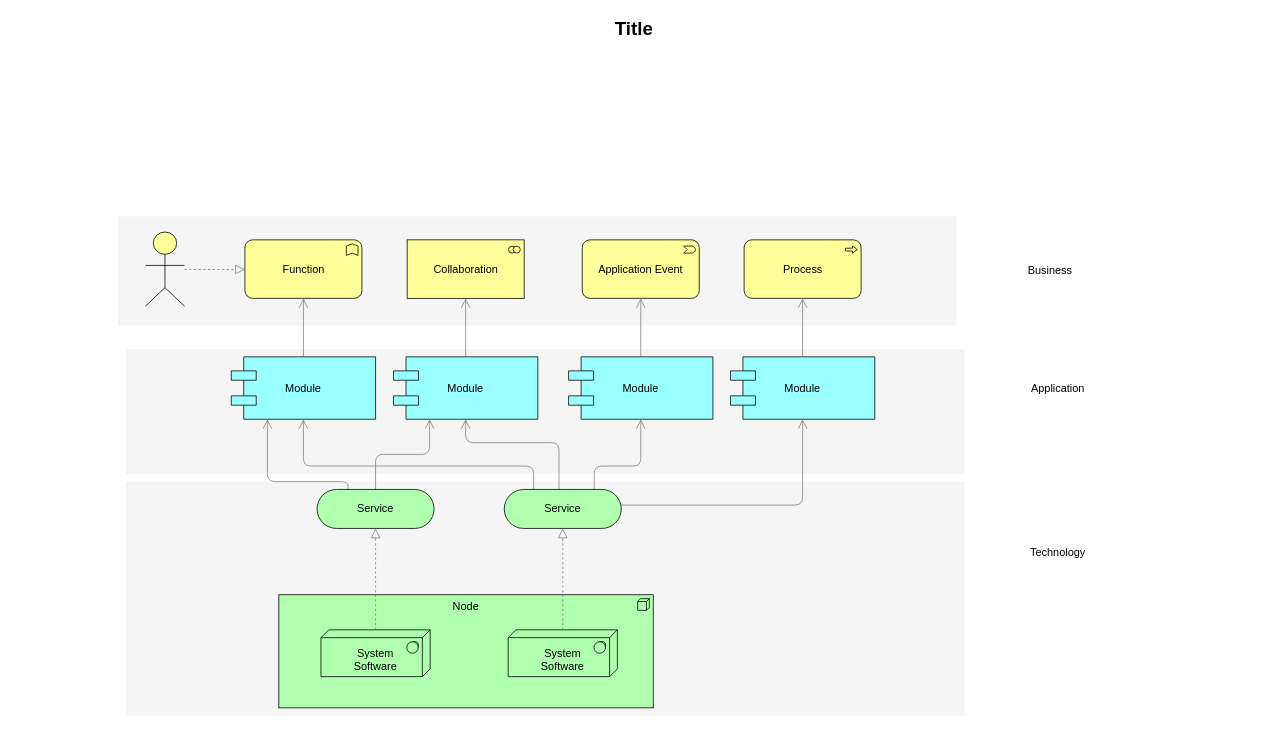
Above: pharmaid能力复用.drawio in leestar991/architects (draw.io), before the change. Source tidied: cells renumbered, new cells numbered last; positions are measured from the earlier drawing's top-left corner, leaving out a move shared by most shapes. Both pictures are drawn from the tidied source at 78%, with x=0, y=0 at pixel (13, 13).
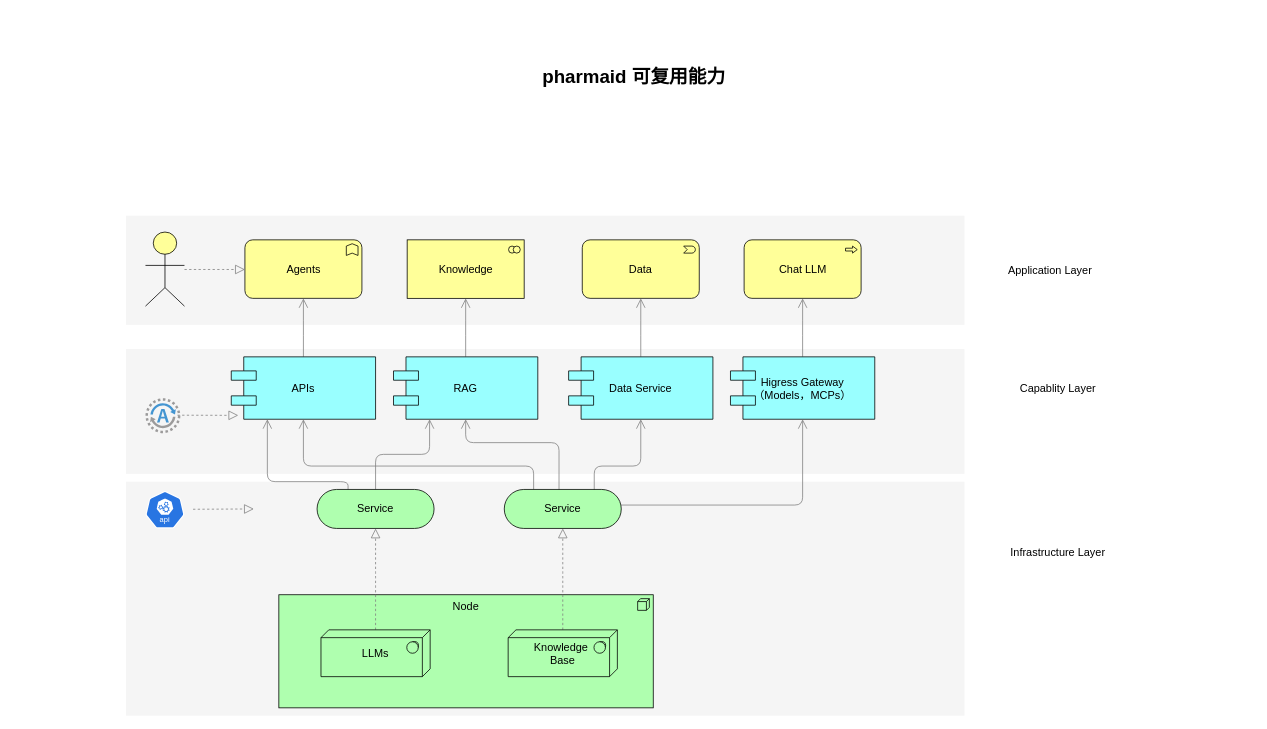
The same page after the edit.

Commit message:
更新pharmaid能力复用.drawio

Change to the diagram source:
```diff
@@
     <mxCell id="4" style="whiteSpace=wrap;html=1;strokeColor=none;strokeWidth=1;fillColor=#f5f5f5;fontSize=14;" parent="1" vertex="1">
-      <mxGeometry x="134" y="260" width="1075" height="140" as="geometry" />
+      <mxGeometry x="144" y="259" width="1075" height="140" as="geometry" />
     </mxCell>
@@
-    <mxCell id="7" value="&lt;div&gt;&lt;br&gt;&lt;/div&gt;System&lt;div&gt;Software&lt;/div&gt;" style="html=1;whiteSpace=wrap;fillColor=#AFFFAF;shape=mxgraph.archimate3.tech;techType=sysSw;fontSize=14;" parent="1" vertex="1">
+    <mxCell id="7" value="LLMs" style="html=1;whiteSpace=wrap;fillColor=#AFFFAF;shape=mxgraph.archimate3.tech;techType=sysSw;fontSize=14;" parent="1" vertex="1">
       <mxGeometry x="394" y="790" width="140" height="60" as="geometry" />
     </mxCell>
@@
-    <mxCell id="9" value="&lt;div&gt;&lt;br&gt;&lt;/div&gt;&lt;div&gt;&lt;span&gt;System&lt;/span&gt;&lt;div&gt;Software&lt;/div&gt;&lt;/div&gt;" style="html=1;whiteSpace=wrap;fillColor=#AFFFAF;shape=mxgraph.archimate3.tech;techType=sysSw;fontSize=14;" parent="1" vertex="1">
+    <mxCell id="9" value="&lt;div&gt;Knowledge&amp;nbsp;&lt;br&gt;Base&lt;/div&gt;" style="html=1;whiteSpace=wrap;fillColor=#AFFFAF;shape=mxgraph.archimate3.tech;techType=sysSw;fontSize=14;" parent="1" vertex="1">
       <mxGeometry x="634" y="790" width="140" height="60" as="geometry" />
     </mxCell>
@@
-    <mxCell id="19" value="Module" style="shape=component;align=center;fillColor=#99ffff;gradientColor=none;fontSize=14;" parent="1" vertex="1">
+    <mxCell id="19" value="APIs" style="shape=component;align=center;fillColor=#99ffff;gradientColor=none;fontSize=14;" parent="1" vertex="1">
       <mxGeometry x="279" y="440" width="185" height="80" as="geometry" />
     </mxCell>
@@
-    <mxCell id="21" value="Module" style="shape=component;align=center;fillColor=#99ffff;gradientColor=none;fontSize=14;" parent="1" vertex="1">
+    <mxCell id="21" value="RAG" style="shape=component;align=center;fillColor=#99ffff;gradientColor=none;fontSize=14;" parent="1" vertex="1">
       <mxGeometry x="487" y="440" width="185" height="80" as="geometry" />
     </mxCell>
@@
-    <mxCell id="23" value="Module" style="shape=component;align=center;fillColor=#99ffff;gradientColor=none;fontSize=14;" parent="1" vertex="1">
+    <mxCell id="23" value="Data Service" style="shape=component;align=center;fillColor=#99ffff;gradientColor=none;fontSize=14;" parent="1" vertex="1">
       <mxGeometry x="711.5" y="440" width="185" height="80" as="geometry" />
     </mxCell>
@@
-    <mxCell id="25" value="Module" style="shape=component;align=center;fillColor=#99ffff;gradientColor=none;fontSize=14;" parent="1" vertex="1">
+    <mxCell id="25" value="Higress Gateway&#10;（Models，MCPs）" style="shape=component;align=center;fillColor=#99ffff;gradientColor=none;fontSize=14;" parent="1" vertex="1">
       <mxGeometry x="919" y="440" width="185" height="80" as="geometry" />
     </mxCell>
-    <mxCell id="26" value="Function" style="html=1;whiteSpace=wrap;fillColor=#ffff99;shape=mxgraph.archimate3.application;appType=func;archiType=rounded;fontSize=14;" parent="1" vertex="1">
+    <mxCell id="26" value="Agents" style="html=1;whiteSpace=wrap;fillColor=#ffff99;shape=mxgraph.archimate3.application;appType=func;archiType=rounded;fontSize=14;" parent="1" vertex="1">
       <mxGeometry x="296.5" y="290" width="150" height="75" as="geometry" />
     </mxCell>
-    <mxCell id="27" value="Collaboration" style="html=1;whiteSpace=wrap;fillColor=#ffff99;shape=mxgraph.archimate3.application;appType=collab;archiType=square;fontSize=14;" parent="1" vertex="1">
+    <mxCell id="27" value="Knowledge" style="html=1;whiteSpace=wrap;fillColor=#ffff99;shape=mxgraph.archimate3.application;appType=collab;archiType=square;fontSize=14;" parent="1" vertex="1">
       <mxGeometry x="504.5" y="290" width="150" height="75" as="geometry" />
     </mxCell>
-    <mxCell id="28" value="Application Event" style="html=1;whiteSpace=wrap;fillColor=#ffff99;shape=mxgraph.archimate3.application;appType=event;archiType=rounded;fontSize=14;" parent="1" vertex="1">
+    <mxCell id="28" value="Data" style="html=1;whiteSpace=wrap;fillColor=#ffff99;shape=mxgraph.archimate3.application;appType=event;archiType=rounded;fontSize=14;" parent="1" vertex="1">
       <mxGeometry x="729" y="290" width="150" height="75" as="geometry" />
     </mxCell>
-    <mxCell id="29" value="Process" style="html=1;whiteSpace=wrap;fillColor=#ffff99;shape=mxgraph.archimate3.application;appType=proc;archiType=rounded;fontSize=14;" parent="1" vertex="1">
+    <mxCell id="29" value="Chat LLM" style="html=1;whiteSpace=wrap;fillColor=#ffff99;shape=mxgraph.archimate3.application;appType=proc;archiType=rounded;fontSize=14;" parent="1" vertex="1">
       <mxGeometry x="936.5" y="290" width="150" height="75" as="geometry" />
     </mxCell>
-    <mxCell id="30" value="Technology" style="text;html=1;strokeColor=none;fillColor=none;align=center;verticalAlign=middle;whiteSpace=wrap;fontSize=14;" parent="1" vertex="1">
+    <mxCell id="30" value="Infrastructure Layer" style="text;html=1;strokeColor=none;fillColor=none;align=center;verticalAlign=middle;whiteSpace=wrap;fontSize=14;" parent="1" vertex="1">
       <mxGeometry x="1219" y="681" width="240" height="20" as="geometry" />
     </mxCell>
-    <mxCell id="31" value="Application" style="text;html=1;strokeColor=none;fillColor=none;align=center;verticalAlign=middle;whiteSpace=wrap;fontSize=14;" parent="1" vertex="1">
+    <mxCell id="31" value="Capablity Layer" style="text;html=1;strokeColor=none;fillColor=none;align=center;verticalAlign=middle;whiteSpace=wrap;fontSize=14;" parent="1" vertex="1">
       <mxGeometry x="1219" y="471" width="240" height="20" as="geometry" />
     </mxCell>
-    <mxCell id="32" value="Business" style="text;html=1;strokeColor=none;fillColor=none;align=center;verticalAlign=middle;whiteSpace=wrap;fontSize=14;" parent="1" vertex="1">
+    <mxCell id="32" value="Application Layer" style="text;html=1;strokeColor=none;fillColor=none;align=center;verticalAlign=middle;whiteSpace=wrap;fontSize=14;" parent="1" vertex="1">
       <mxGeometry x="1209" y="319" width="240" height="20" as="geometry" />
     </mxCell>
@@
-    <mxCell id="35" value="Title" style="text;strokeColor=none;fillColor=none;html=1;fontSize=24;fontStyle=1;verticalAlign=middle;align=center;" parent="1" vertex="1">
-      <mxGeometry width="1590" height="40" as="geometry" />
+    <mxCell id="35" value="pharmaid 可复用能力" style="text;strokeColor=none;fillColor=none;html=1;fontSize=24;fontStyle=1;verticalAlign=middle;align=center;" parent="1" vertex="1">
+      <mxGeometry y="61" width="1590" height="40" as="geometry" />
     </mxCell>
+    <mxCell id="36" style="shadow=0;dashed=0;html=1;strokeColor=none;fillColor=#4495D1;labelPosition=center;verticalLabelPosition=bottom;verticalAlign=top;align=center;shape=mxgraph.veeam.2d.agent;" parent="1" vertex="1">
+      <mxGeometry x="169" y="493" width="44.8" height="44.8" as="geometry" />
+    </mxCell>
+    <mxCell id="37" style="edgeStyle=elbowEdgeStyle;rounded=1;elbow=vertical;html=1;dashed=1;startSize=10;endArrow=block;endFill=0;endSize=10;jettySize=auto;orthogonalLoop=1;strokeColor=#808080;fontSize=14;" parent="1" edge="1">
+      <mxGeometry relative="1" as="geometry">
+        <mxPoint x="210" y="514.8" as="sourcePoint" />
+        <mxPoint x="288" y="514.8" as="targetPoint" />
+      </mxGeometry>
+    </mxCell>
+    <mxCell id="38" style="sketch=0;html=1;dashed=0;whitespace=wrap;verticalLabelPosition=bottom;verticalAlign=top;fillColor=#2875E2;strokeColor=#ffffff;shape=mxgraph.kubernetes.icon2;kubernetesLabel=1;prIcon=api;" parent="1" vertex="1">
+      <mxGeometry x="169" y="612" width="50" height="48" as="geometry" />
+    </mxCell>
+    <mxCell id="39" style="edgeStyle=elbowEdgeStyle;rounded=1;elbow=vertical;html=1;dashed=1;startSize=10;endArrow=block;endFill=0;endSize=10;jettySize=auto;orthogonalLoop=1;strokeColor=#808080;fontSize=14;" parent="1" edge="1">
+      <mxGeometry relative="1" as="geometry">
+        <mxPoint x="230" y="635.4" as="sourcePoint" />
+        <mxPoint x="308" y="635" as="targetPoint" />
+      </mxGeometry>
+    </mxCell>
```
